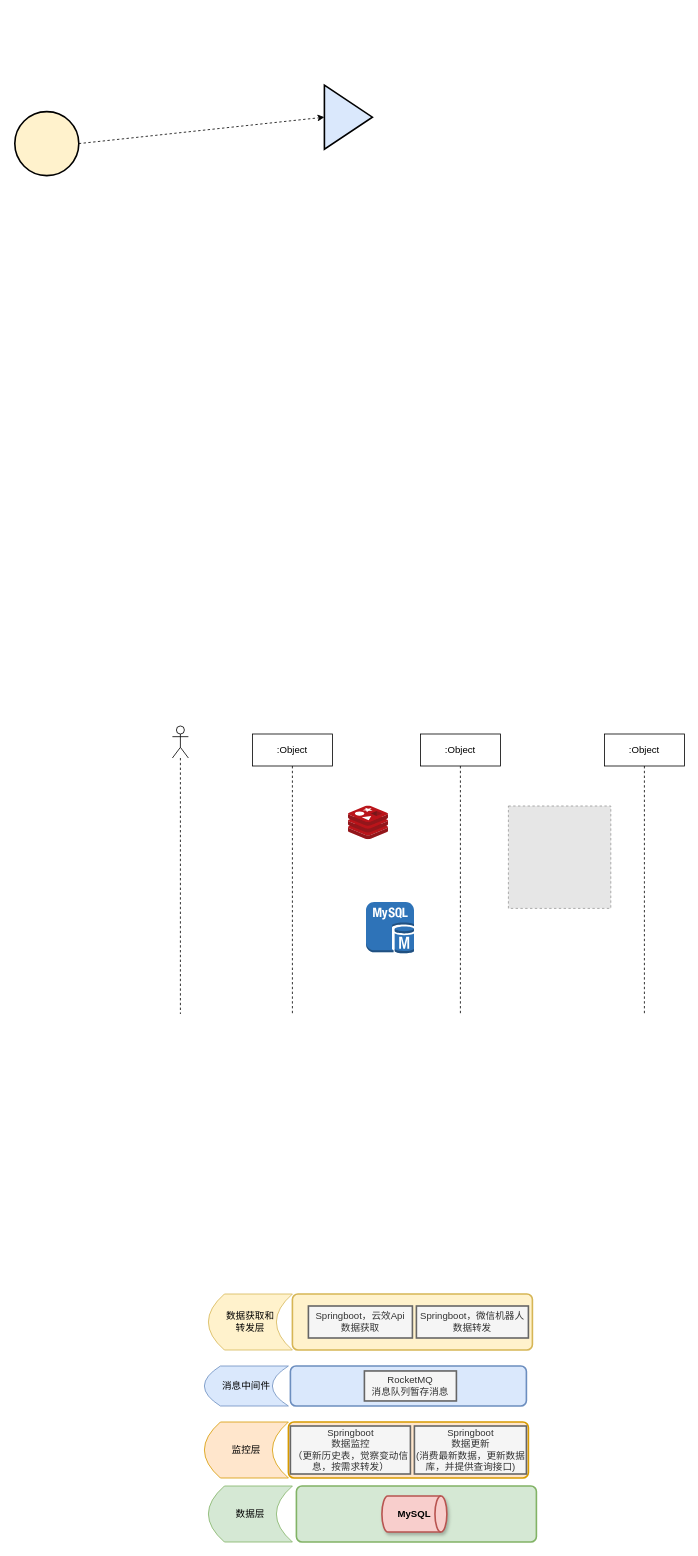
Earlier version of the draw.io diagram Untitled Diagram.drawio (hqius/draw). Source tidied: cells renumbered, new cells numbered last; positions are measured from the earlier drawing's top-left corner, leaving out a move shared by most shapes. Both pictures are drawn from the tidied source at 80%, with x=0, y=0 at pixel (14, 85). Pictures stored in the file or linked from it are replaced by grey dashed boxes.
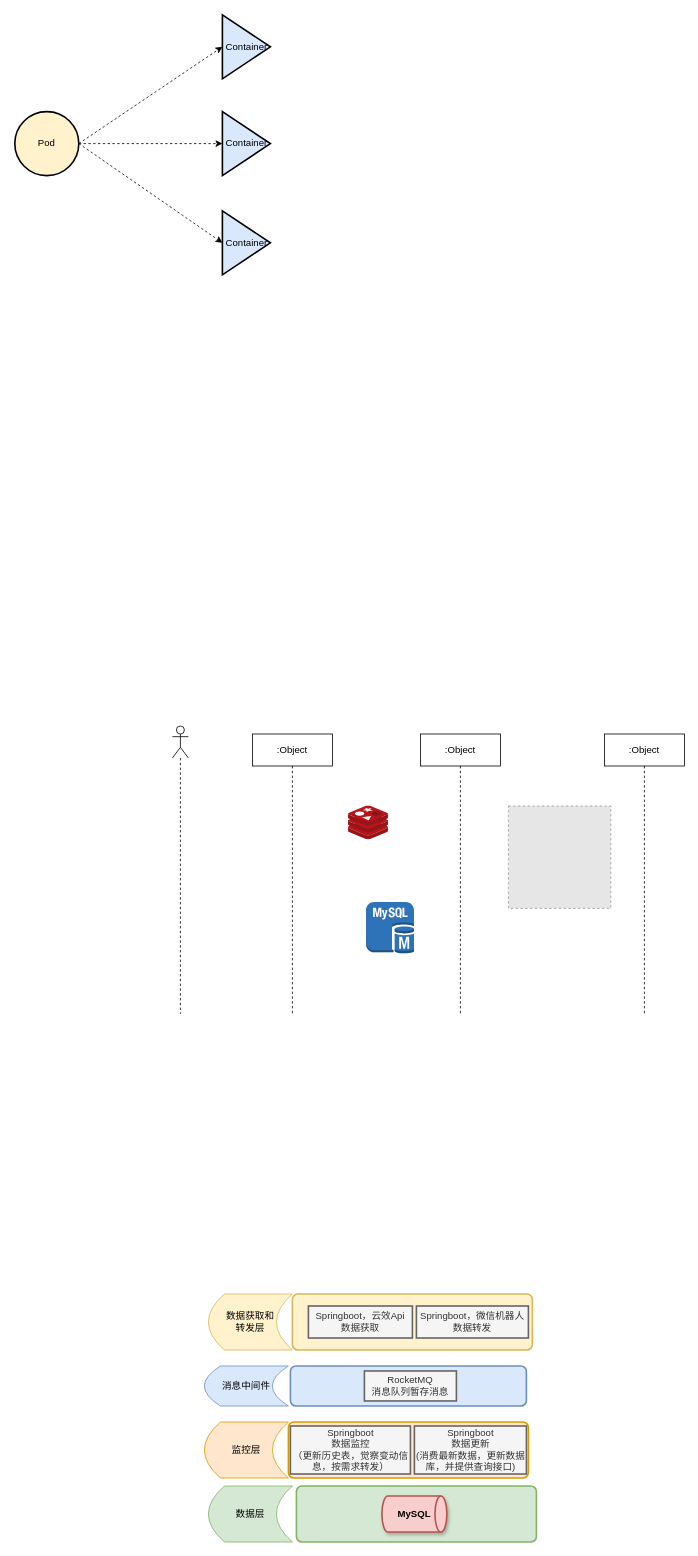
Above is the later version.

Diff of the diagram source:
```diff
@@
-    <mxCell id="24" style="ellipse;whiteSpace=wrap;html=1;fillColor=#fff2cc;strokeWidth=2;" parent="1" vertex="1">
+    <mxCell id="24" value="Pod" style="ellipse;whiteSpace=wrap;html=1;fillColor=#fff2cc;strokeWidth=2;" parent="1" vertex="1">
       <mxGeometry y="33" width="80" height="80" as="geometry" />
     </mxCell>
-    <mxCell id="25" style="triangle;whiteSpace=wrap;html=1;strokeWidth=2;fillColor=#dae8fc;" parent="1" vertex="1">
-      <mxGeometry x="387" width="60" height="80" as="geometry" />
+    <mxCell id="25" value="Container" style="triangle;whiteSpace=wrap;html=1;strokeWidth=2;fillColor=#dae8fc;" parent="1" vertex="1">
+      <mxGeometry x="259.5" y="-88" width="60" height="80" as="geometry" />
     </mxCell>
@@
+    <mxCell id="27" value="&lt;span&gt;Container&lt;/span&gt;" style="triangle;whiteSpace=wrap;html=1;strokeWidth=2;fillColor=#dae8fc;" parent="1" vertex="1">
+      <mxGeometry x="259.5" y="33" width="60" height="80" as="geometry" />
+    </mxCell>
+    <mxCell id="28" style="endArrow=classic;html=1;exitX=1;exitY=0.5;exitDx=0;exitDy=0;entryX=0;entryY=0.5;entryDx=0;entryDy=0;dashed=1;" parent="1" edge="1" source="24" target="27">
+      <mxGeometry relative="1" as="geometry" />
+    </mxCell>
+    <mxCell id="29" value="&lt;span&gt;Container&lt;/span&gt;" style="triangle;whiteSpace=wrap;html=1;strokeWidth=2;fillColor=#dae8fc;" parent="1" vertex="1">
+      <mxGeometry x="259.5" y="157" width="60" height="80" as="geometry" />
+    </mxCell>
+    <mxCell id="30" style="endArrow=classic;html=1;exitX=1;exitY=0.5;exitDx=0;exitDy=0;entryX=0;entryY=0.5;entryDx=0;entryDy=0;dashed=1;" parent="1" edge="1" source="24" target="29">
+      <mxGeometry relative="1" as="geometry" />
+    </mxCell>
```
